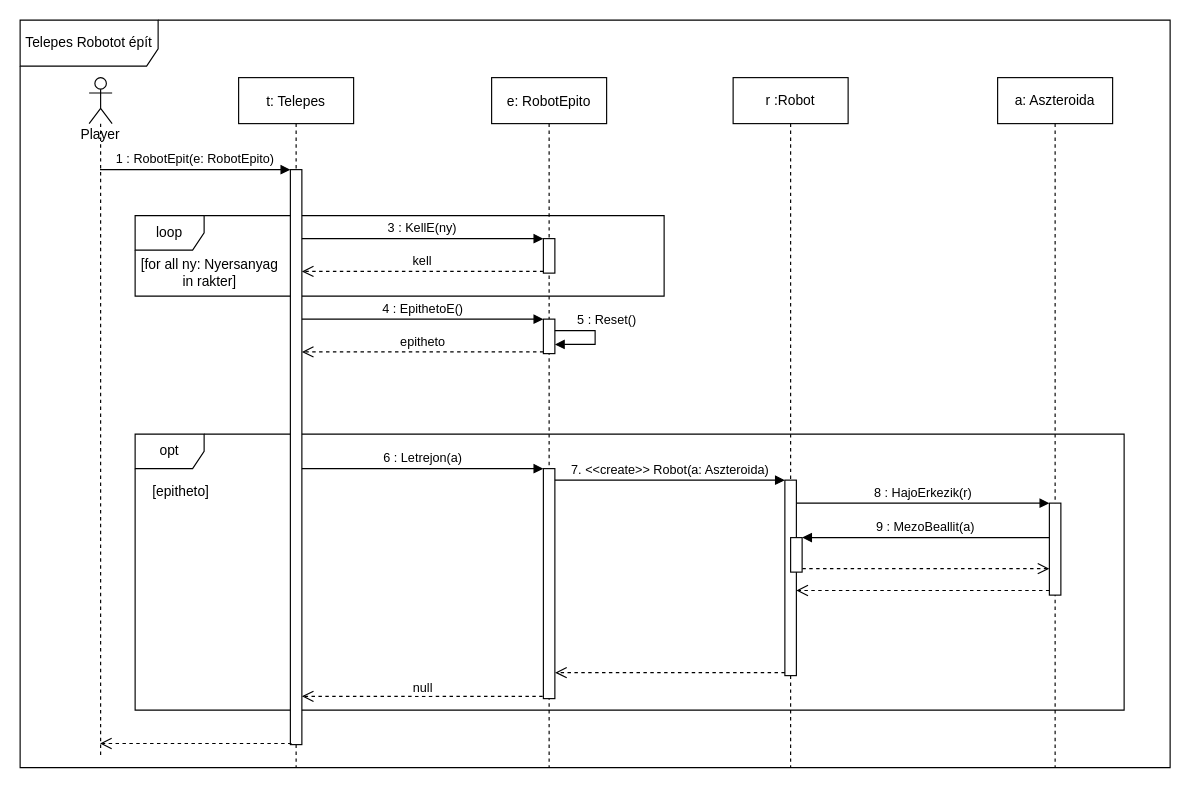
torpeBoiGo/aszteroidabanyaszat keeps this draw.io diagram as doc/szekvencia/szek_TelepesRobototEpit.drawio. Above is the earlier version. Source tidied: cells renumbered, new cells numbered last; positions are measured from the earlier drawing's top-left corner, leaving out a move shared by most shapes. Both pictures are drawn from the tidied source at 115%, with x=0, y=0 at pixel (20, 20).
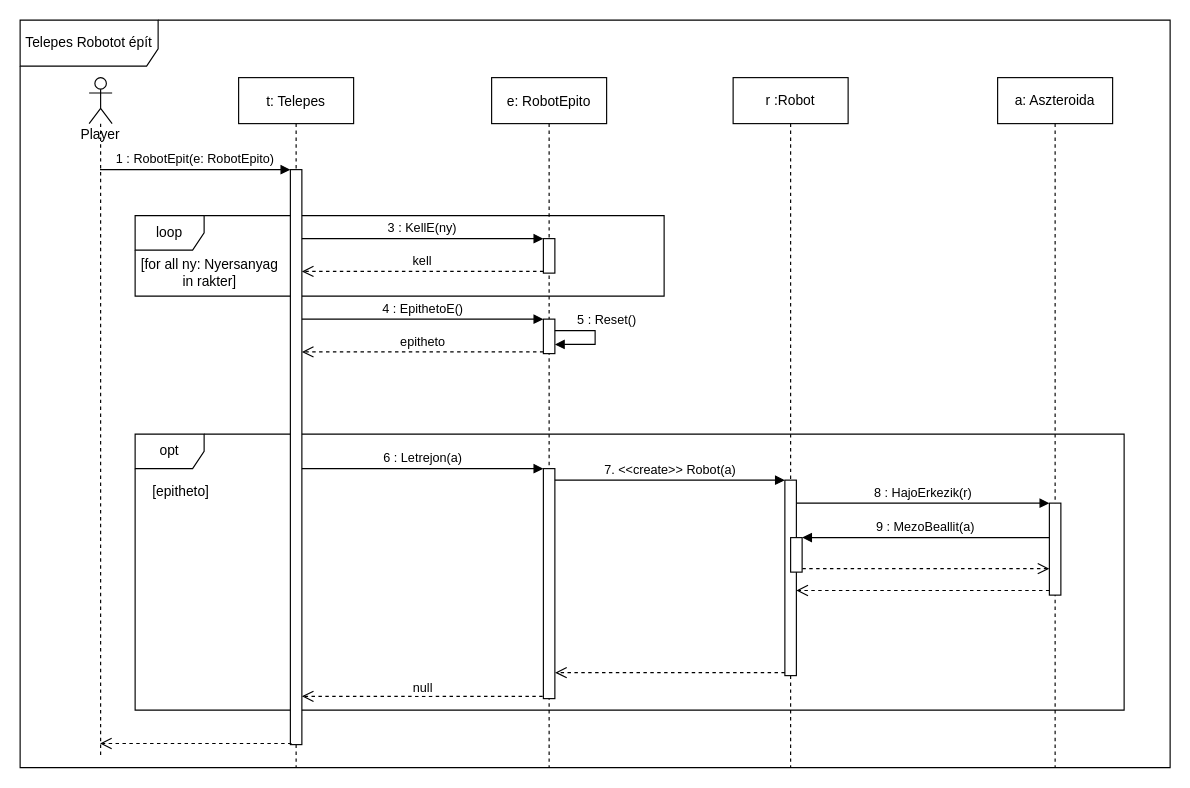
Above is the later version.

The change refers to these unchanged cells:
```xml
<mxCell id="12" style="html=1;points=[];perimeter=orthogonalPerimeter;" parent="9" vertex="1">
  <mxGeometry x="45" y="340" width="10" height="200" as="geometry" />
</mxCell>
<mxCell id="30" style="html=1;points=[];perimeter=orthogonalPerimeter;" parent="29" vertex="1">
  <mxGeometry x="45" y="350" width="10" height="170" as="geometry" />
</mxCell>
```

What changed in the source:
```diff
@@
-    <mxCell id="32" value="7. &amp;lt;&amp;lt;create&amp;gt;&amp;gt; Robot(a: Aszteroida)" style="html=1;verticalAlign=bottom;endArrow=block;strokeColor=#000000;" parent="1" edge="1" source="12" target="30">
+    <mxCell id="32" value="7. &amp;lt;&amp;lt;create&amp;gt;&amp;gt; Robot(a)" style="html=1;verticalAlign=bottom;endArrow=block;strokeColor=#000000;" parent="1" edge="1" source="12" target="30">
       <mxGeometry relative="1" as="geometry">
         <Array as="points">
           <mxPoint x="610" y="400" />
         </Array>
       </mxGeometry>
     </mxCell>
```
